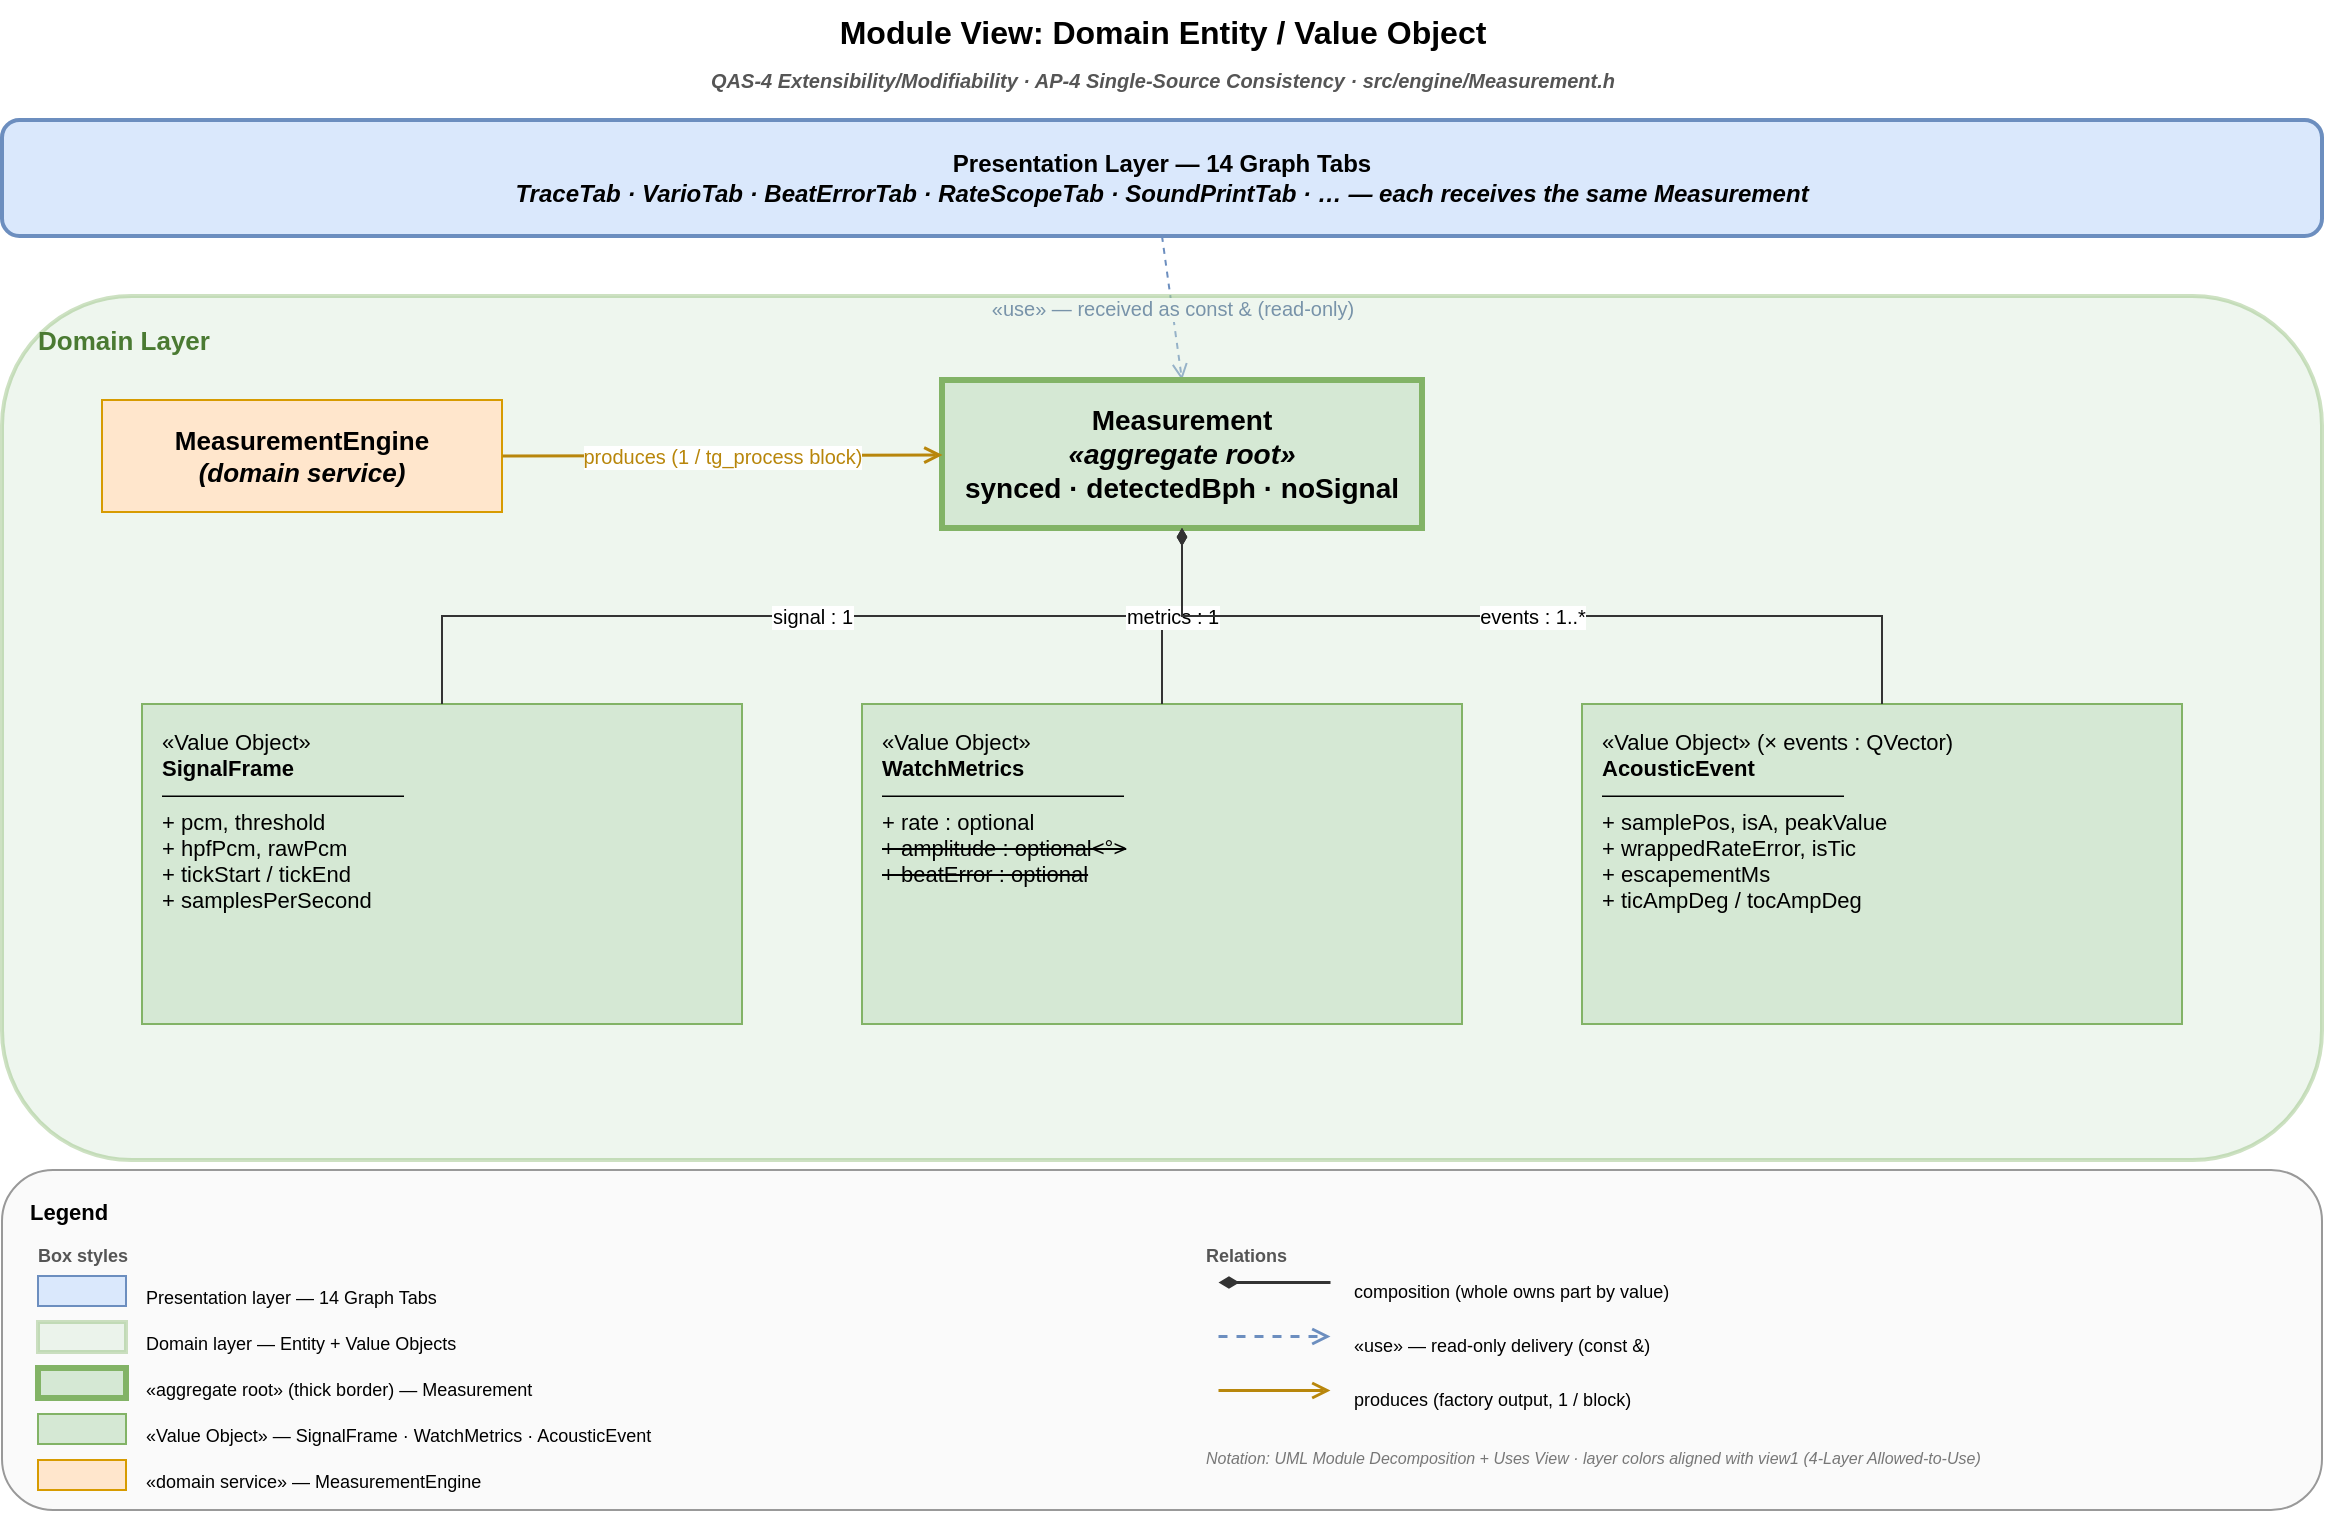
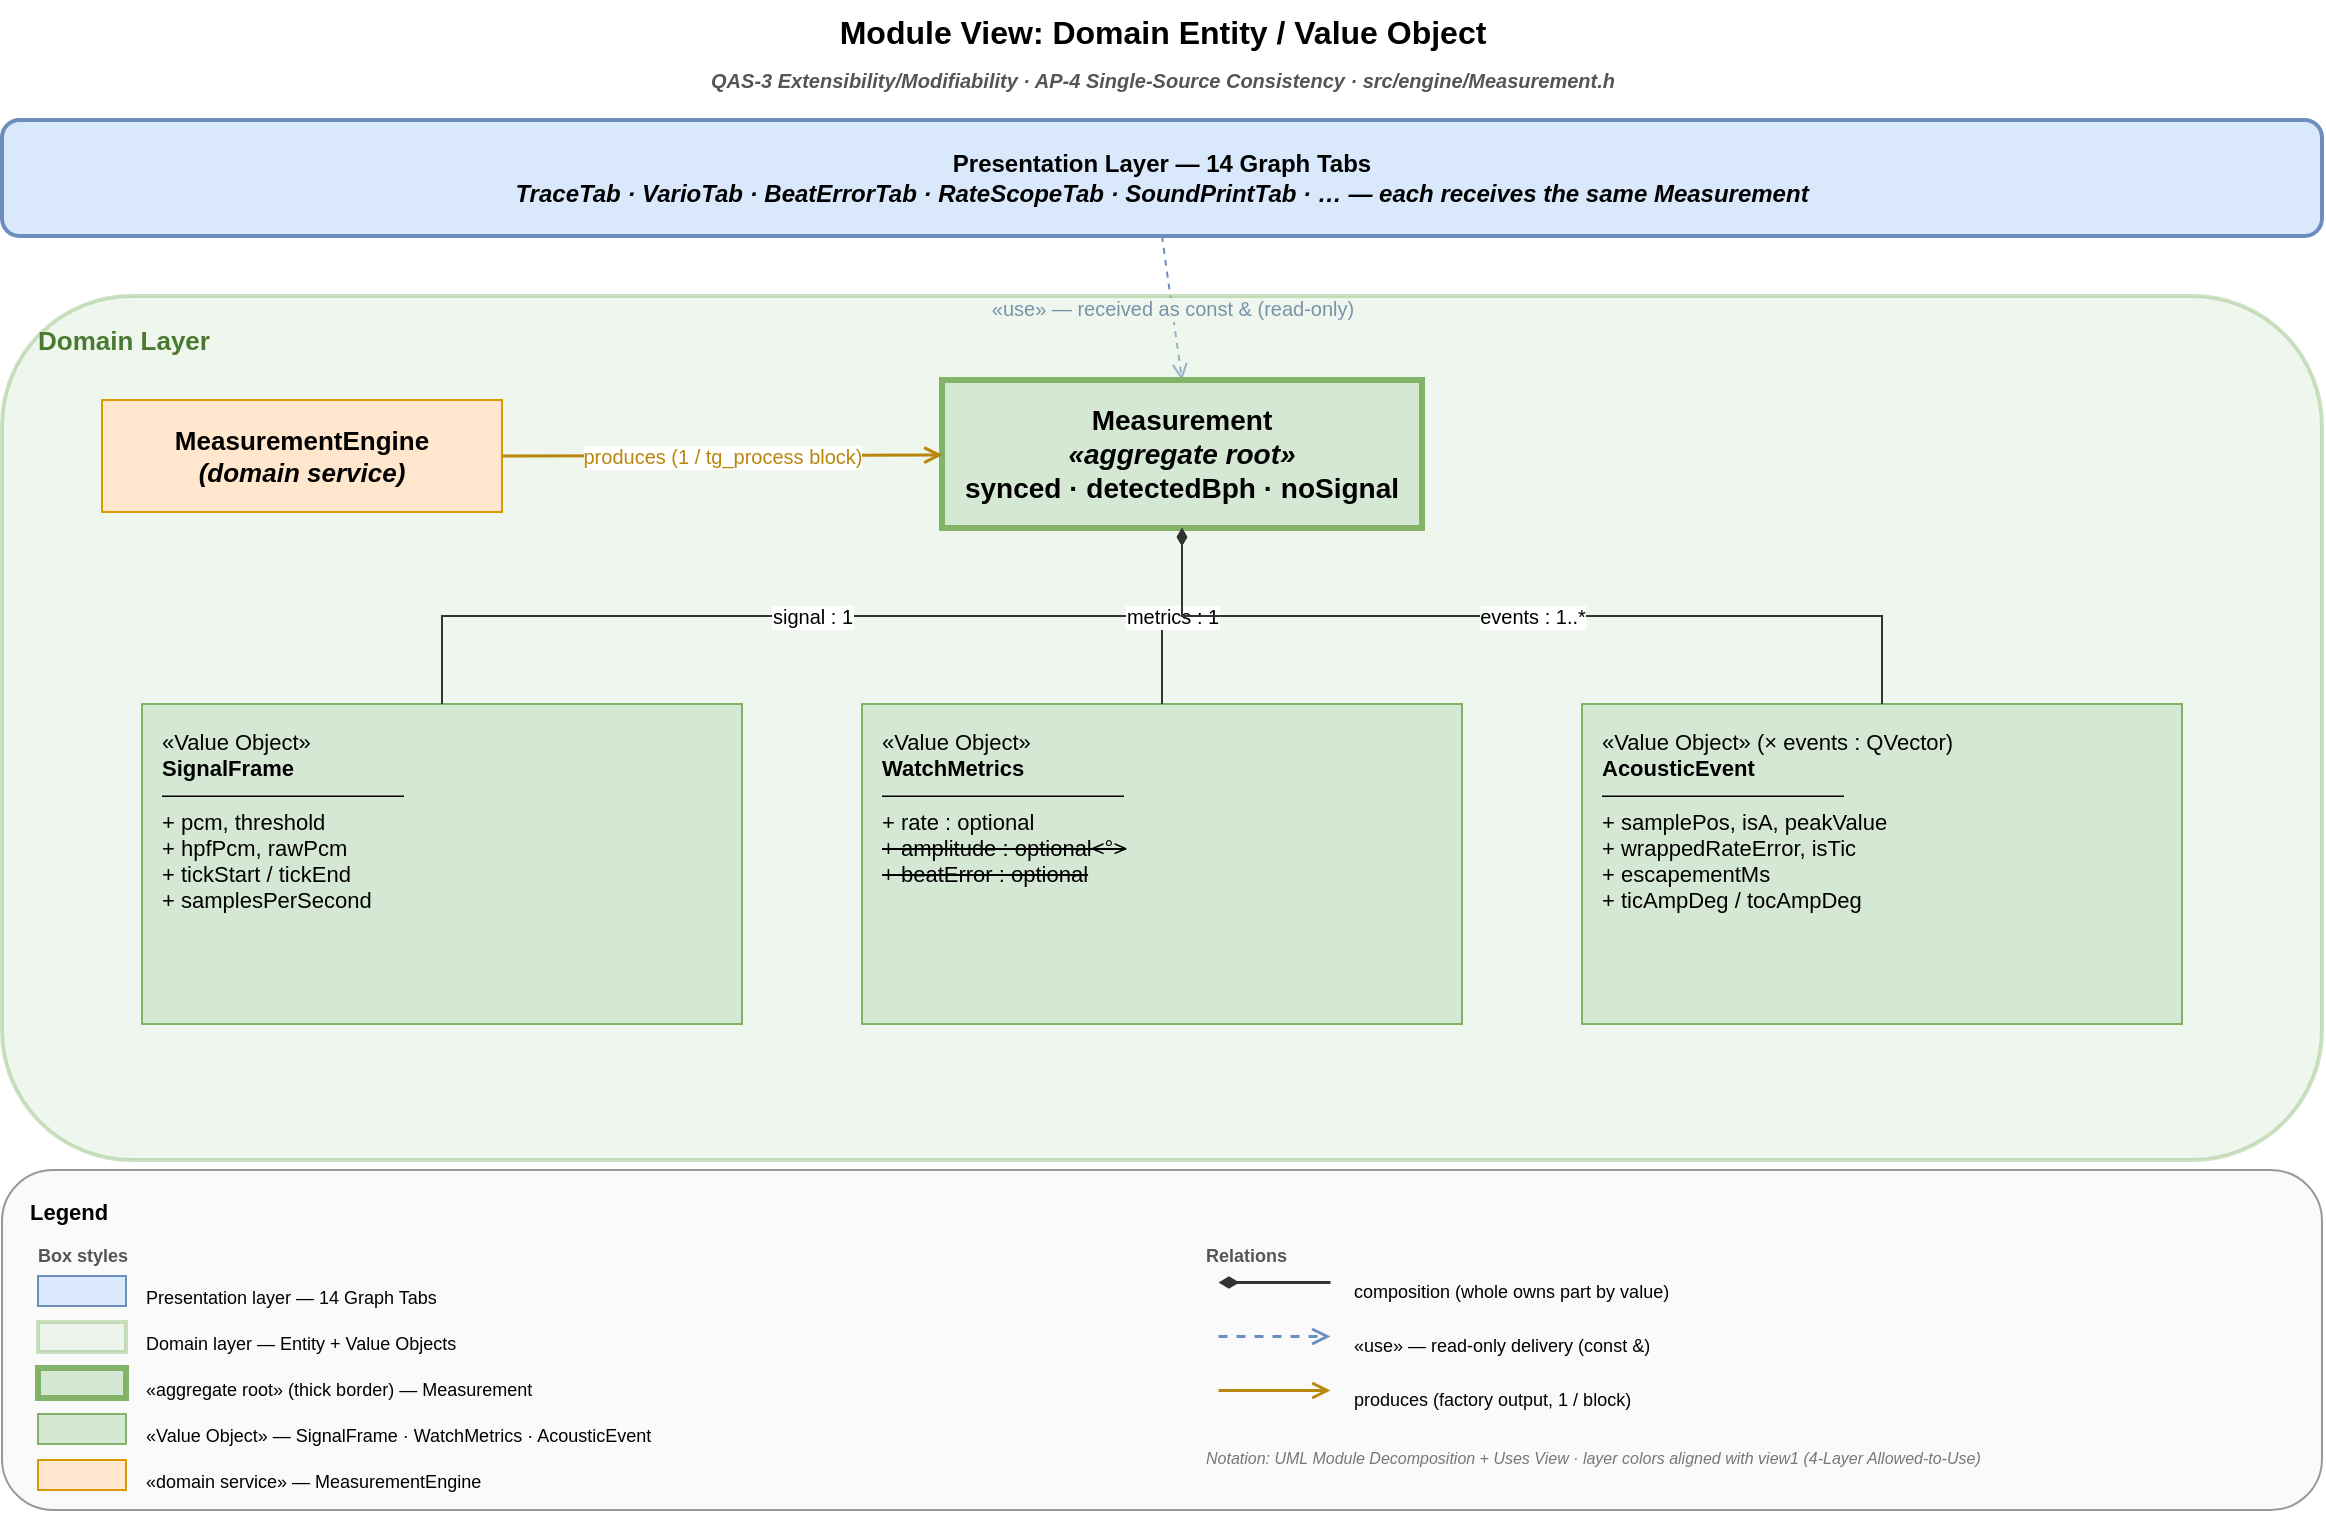
<mxfile host="65bd71144e">
    <diagram id="dom-entity-vo-1" name="Watch Measurement Domain Model">
        <mxGraphModel dx="1134" dy="559" grid="1" gridSize="10" guides="1" tooltips="1" connect="1" arrows="1" fold="1" page="1" pageScale="1" pageWidth="1240" pageHeight="772" math="0" shadow="0">
            <root>
                <mxCell id="0"/>
                <mxCell id="1" parent="0"/>
                <mxCell id="T0" value="Module View: Domain Entity / Value Object" style="text;html=1;strokeColor=none;fillColor=none;align=center;fontSize=16;fontStyle=1;" parent="1" vertex="1">
                    <mxGeometry x="40" y="10" width="1160" height="28" as="geometry"/>
                </mxCell>
-                 <mxCell id="T_QA" value="QAS-4 Extensibility/Modifiability · AP-4 Single-Source Consistency · src/engine/Measurement.h" style="text;html=1;strokeColor=none;fillColor=none;align=center;fontSize=10;fontStyle=3;fontColor=#555555;" parent="1" vertex="1">
+                 <mxCell id="T_QA" value="QAS-3 Extensibility/Modifiability · AP-4 Single-Source Consistency · src/engine/Measurement.h" style="text;html=1;strokeColor=none;fillColor=none;align=center;fontSize=10;fontStyle=3;fontColor=#555555;" parent="1" vertex="1">
                    <mxGeometry x="40" y="38" width="1160" height="16" as="geometry"/>
                </mxCell>
                <mxCell id="PRES" value="Presentation Layer — 14 Graph Tabs&#xa;&lt;i&gt;TraceTab · VarioTab · BeatErrorTab · RateScopeTab · SoundPrintTab · … — each receives the same Measurement&lt;/i&gt;" style="rounded=1;whiteSpace=wrap;html=1;fillColor=#dae8fc;strokeColor=#6c8ebf;strokeWidth=2;fontSize=12;fontStyle=1;" parent="1" vertex="1">
                    <mxGeometry x="40" y="70" width="1160" height="58" as="geometry"/>
                </mxCell>
                <mxCell id="E_USE" value="«use» — received as const &amp; (read-only)" style="dashed=1;endArrow=open;endFill=0;html=1;strokeColor=#6c8ebf;fontSize=10;fontColor=#3a5a8c;exitX=0.5;exitY=1;exitDx=0;exitDy=0;entryX=0.5;entryY=0;entryDx=0;entryDy=0;" parent="1" source="PRES" target="MEAS" edge="1">
                    <mxGeometry relative="1" as="geometry"/>
                </mxCell>
                <mxCell id="DOM_BG" value="" style="rounded=1;whiteSpace=wrap;html=1;fillColor=#d5e8d4;strokeColor=#82b366;strokeWidth=2;opacity=40;" parent="1" vertex="1">
                    <mxGeometry x="40" y="158" width="1160" height="432" as="geometry"/>
                </mxCell>
                <mxCell id="DOM_LBL" value="Domain Layer" style="text;html=1;strokeColor=none;fillColor=none;fontStyle=1;fontSize=13;fontColor=#4a7a32;align=left;" parent="1" vertex="1">
                    <mxGeometry x="56" y="166" width="200" height="20" as="geometry"/>
                </mxCell>
                <mxCell id="ME" value="MeasurementEngine&#xa;&lt;i&gt;(domain service)&lt;/i&gt;" style="rounded=0;whiteSpace=wrap;html=1;fillColor=#ffe6cc;strokeColor=#d79b00;fontSize=13;fontStyle=1;" parent="1" vertex="1">
                    <mxGeometry x="90" y="210" width="200" height="56" as="geometry"/>
                </mxCell>
                <mxCell id="MEAS" value="Measurement&#xa;&lt;i&gt;«aggregate root»&lt;/i&gt;&#xa;synced · detectedBph · noSignal" style="rounded=0;whiteSpace=wrap;html=1;fillColor=#d5e8d4;strokeColor=#82b366;strokeWidth=3;fontSize=14;fontStyle=1;" parent="1" vertex="1">
                    <mxGeometry x="510" y="200" width="240" height="74" as="geometry"/>
                </mxCell>
                <mxCell id="E_PROD" value="produces (1 / tg_process block)" style="endArrow=open;endFill=1;html=1;strokeColor=#b8860b;fontSize=10;fontColor=#b8860b;strokeWidth=1.5;" parent="1" source="ME" target="MEAS" edge="1">
                    <mxGeometry relative="1" as="geometry"/>
                </mxCell>
                <mxCell id="VO_SF" value="«Value Object»&#xa;&lt;b&gt;SignalFrame&lt;/b&gt;&#xa;―――――――――――&#xa;+ pcm, threshold&#xa;+ hpfPcm, rawPcm&#xa;+ tickStart / tickEnd&#xa;+ samplesPerSecond" style="rounded=0;whiteSpace=wrap;html=1;fillColor=#d5e8d4;strokeColor=#82b366;fontSize=11;align=left;verticalAlign=top;spacingLeft=8;spacingTop=6;" parent="1" vertex="1">
                    <mxGeometry x="110" y="362" width="300" height="160" as="geometry"/>
                </mxCell>
                <mxCell id="VO_WM" value="«Value Object»&#xa;&lt;b&gt;WatchMetrics&lt;/b&gt;&#xa;―――――――――――&#xa;+ rate       : optional&lt;s/day&gt;&#xa;+ amplitude  : optional&lt;°&gt;&#xa;+ beatError  : optional&lt;ms&gt;&#xa;&lt;i&gt;absent = not yet valid&lt;/i&gt;" style="rounded=0;whiteSpace=wrap;html=1;fillColor=#d5e8d4;strokeColor=#82b366;fontSize=11;align=left;verticalAlign=top;spacingLeft=8;spacingTop=6;" parent="1" vertex="1">
                    <mxGeometry x="470" y="362" width="300" height="160" as="geometry"/>
                </mxCell>
                <mxCell id="VO_AE" value="«Value Object»  (× events : QVector)&#xa;&lt;b&gt;AcousticEvent&lt;/b&gt;&#xa;―――――――――――&#xa;+ samplePos, isA, peakValue&#xa;+ wrappedRateError, isTic&#xa;+ escapementMs&#xa;+ ticAmpDeg / tocAmpDeg" style="rounded=0;whiteSpace=wrap;html=1;fillColor=#d5e8d4;strokeColor=#82b366;fontSize=11;align=left;verticalAlign=top;spacingLeft=8;spacingTop=6;" parent="1" vertex="1">
                    <mxGeometry x="830" y="362" width="300" height="160" as="geometry"/>
                </mxCell>
                <mxCell id="C_SF" value="signal : 1" style="startArrow=diamondThin;startFill=1;endArrow=none;html=1;edgeStyle=orthogonalEdgeStyle;rounded=0;strokeColor=#333333;fontSize=10;exitX=0.5;exitY=1;exitDx=0;exitDy=0;entryX=0.5;entryY=0;entryDx=0;entryDy=0;" parent="1" source="MEAS" target="VO_SF" edge="1">
                    <mxGeometry relative="1" as="geometry"/>
                </mxCell>
                <mxCell id="C_WM" value="metrics : 1" style="startArrow=diamondThin;startFill=1;endArrow=none;html=1;edgeStyle=orthogonalEdgeStyle;rounded=0;strokeColor=#333333;fontSize=10;exitX=0.5;exitY=1;exitDx=0;exitDy=0;entryX=0.5;entryY=0;entryDx=0;entryDy=0;" parent="1" source="MEAS" target="VO_WM" edge="1">
                    <mxGeometry relative="1" as="geometry"/>
                </mxCell>
                <mxCell id="C_AE" value="events : 1..*" style="startArrow=diamondThin;startFill=1;endArrow=none;html=1;edgeStyle=orthogonalEdgeStyle;rounded=0;strokeColor=#333333;fontSize=10;exitX=0.5;exitY=1;exitDx=0;exitDy=0;entryX=0.5;entryY=0;entryDx=0;entryDy=0;" parent="1" source="MEAS" target="VO_AE" edge="1">
                    <mxGeometry relative="1" as="geometry"/>
                </mxCell>
                <mxCell id="LEG_BOX" value="" style="rounded=1;whiteSpace=wrap;html=1;fillColor=#fafafa;strokeColor=#999999;" parent="1" vertex="1">
                    <mxGeometry x="40" y="595" width="1160" height="170" as="geometry"/>
                </mxCell>
                <mxCell id="LEG_T" value="Legend" style="text;html=1;strokeColor=none;fillColor=none;fontStyle=1;fontSize=11;align=left;" parent="1" vertex="1">
                    <mxGeometry x="52" y="603" width="80" height="16" as="geometry"/>
                </mxCell>
                <mxCell id="LEG_H1" value="Box styles" style="text;html=1;strokeColor=none;fillColor=none;fontStyle=1;fontSize=9;fontColor=#555555;align=left;" parent="1" vertex="1">
                    <mxGeometry x="56" y="626" width="120" height="14" as="geometry"/>
                </mxCell>
                <mxCell id="LS_PR" value="" style="rounded=0;whiteSpace=wrap;html=1;fillColor=#dae8fc;strokeColor=#6c8ebf;" parent="1" vertex="1">
                    <mxGeometry x="58" y="648" width="44" height="15" as="geometry"/>
                </mxCell>
                <mxCell id="LS_PR_T" value="Presentation layer  —  14 Graph Tabs" style="text;html=1;strokeColor=none;fillColor=none;align=left;fontSize=9;" parent="1" vertex="1">
                    <mxGeometry x="110" y="647" width="380" height="16" as="geometry"/>
                </mxCell>
                <mxCell id="LS_DOM" value="" style="rounded=0;whiteSpace=wrap;html=1;fillColor=#d5e8d4;strokeColor=#82b366;strokeWidth=2;opacity=40;" parent="1" vertex="1">
                    <mxGeometry x="58" y="671" width="44" height="15" as="geometry"/>
                </mxCell>
                <mxCell id="LS_DOM_T" value="Domain layer  —  Entity + Value Objects" style="text;html=1;strokeColor=none;fillColor=none;align=left;fontSize=9;" parent="1" vertex="1">
                    <mxGeometry x="110" y="670" width="380" height="16" as="geometry"/>
                </mxCell>
                <mxCell id="LS_AR" value="" style="rounded=0;whiteSpace=wrap;html=1;fillColor=#d5e8d4;strokeColor=#82b366;strokeWidth=3;" parent="1" vertex="1">
                    <mxGeometry x="58" y="694" width="44" height="15" as="geometry"/>
                </mxCell>
                <mxCell id="LS_AR_T" value="«aggregate root» (thick border)  —  Measurement" style="text;html=1;strokeColor=none;fillColor=none;align=left;fontSize=9;" parent="1" vertex="1">
                    <mxGeometry x="110" y="693" width="400" height="16" as="geometry"/>
                </mxCell>
                <mxCell id="LS_VO" value="" style="rounded=0;whiteSpace=wrap;html=1;fillColor=#d5e8d4;strokeColor=#82b366;" parent="1" vertex="1">
                    <mxGeometry x="58" y="717" width="44" height="15" as="geometry"/>
                </mxCell>
                <mxCell id="LS_VO_T" value="«Value Object»  —  SignalFrame · WatchMetrics · AcousticEvent" style="text;html=1;strokeColor=none;fillColor=none;align=left;fontSize=9;" parent="1" vertex="1">
                    <mxGeometry x="110" y="716" width="450" height="16" as="geometry"/>
                </mxCell>
                <mxCell id="LS_SV" value="" style="rounded=0;whiteSpace=wrap;html=1;fillColor=#ffe6cc;strokeColor=#d79b00;" parent="1" vertex="1">
                    <mxGeometry x="58" y="740" width="44" height="15" as="geometry"/>
                </mxCell>
                <mxCell id="LS_SV_T" value="«domain service»  —  MeasurementEngine" style="text;html=1;strokeColor=none;fillColor=none;align=left;fontSize=9;" parent="1" vertex="1">
                    <mxGeometry x="110" y="739" width="400" height="16" as="geometry"/>
                </mxCell>
                <mxCell id="LEG_H2" value="Relations" style="text;html=1;strokeColor=none;fillColor=none;fontStyle=1;fontSize=9;fontColor=#555555;align=left;" parent="1" vertex="1">
                    <mxGeometry x="640" y="626" width="120" height="14" as="geometry"/>
                </mxCell>
                <mxCell id="LE_C" value="" style="startArrow=diamondThin;startFill=1;endArrow=none;html=1;strokeColor=#333333;strokeWidth=1.5;" parent="1" edge="1">
                    <mxGeometry relative="1" as="geometry">
                        <mxPoint x="648" y="651" as="sourcePoint"/>
                        <mxPoint x="704" y="651" as="targetPoint"/>
                    </mxGeometry>
                </mxCell>
                <mxCell id="LT_C" value="composition  (whole owns part by value)" style="text;html=1;strokeColor=none;fillColor=none;align=left;fontSize=9;" parent="1" vertex="1">
                    <mxGeometry x="714" y="644" width="320" height="14" as="geometry"/>
                </mxCell>
                <mxCell id="LE_U" value="" style="dashed=1;endArrow=open;endFill=0;html=1;strokeColor=#6c8ebf;strokeWidth=1.5;" parent="1" edge="1">
                    <mxGeometry relative="1" as="geometry">
                        <mxPoint x="648" y="678" as="sourcePoint"/>
                        <mxPoint x="704" y="678" as="targetPoint"/>
                    </mxGeometry>
                </mxCell>
                <mxCell id="LT_U" value="«use»  —  read-only delivery (const &amp;)" style="text;html=1;strokeColor=none;fillColor=none;align=left;fontSize=9;" parent="1" vertex="1">
                    <mxGeometry x="714" y="671" width="320" height="14" as="geometry"/>
                </mxCell>
                <mxCell id="LE_P" value="" style="endArrow=open;endFill=1;html=1;strokeColor=#b8860b;strokeWidth=1.5;" parent="1" edge="1">
                    <mxGeometry relative="1" as="geometry">
                        <mxPoint x="648" y="705" as="sourcePoint"/>
                        <mxPoint x="704" y="705" as="targetPoint"/>
                    </mxGeometry>
                </mxCell>
                <mxCell id="LT_P" value="produces  (factory output, 1 / block)" style="text;html=1;strokeColor=none;fillColor=none;align=left;fontSize=9;" parent="1" vertex="1">
                    <mxGeometry x="714" y="698" width="320" height="14" as="geometry"/>
                </mxCell>
                <mxCell id="KNOTE" value="Notation: UML Module Decomposition + Uses View · layer colors aligned with view1 (4-Layer Allowed-to-Use)" style="text;html=1;strokeColor=none;fillColor=none;align=left;fontSize=8;fontStyle=2;fontColor=#777777;" parent="1" vertex="1">
                    <mxGeometry x="640" y="728" width="540" height="14" as="geometry"/>
                </mxCell>
            </root>
        </mxGraphModel>
    </diagram>
</mxfile>
